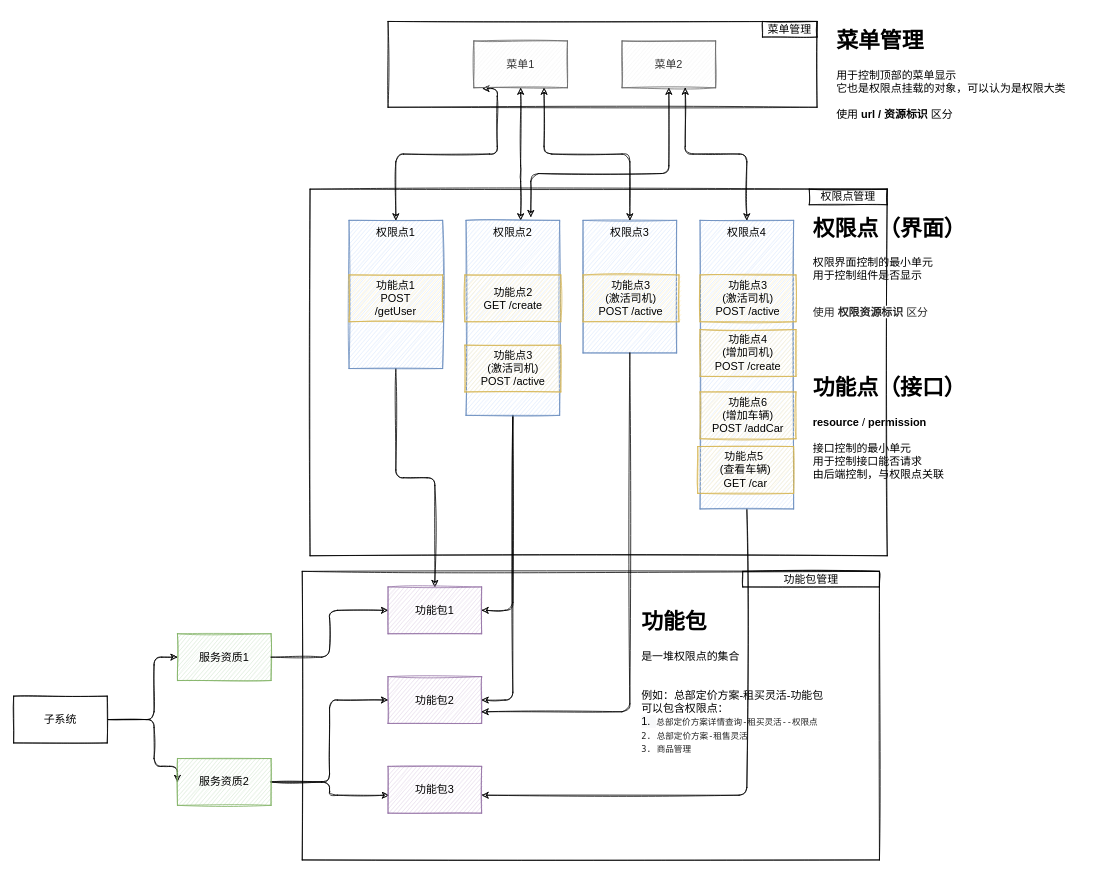
Earlier version of the draw.io diagram Untitled Diagram.drawio (hemisu/code-snippet-practice). Source tidied: cells renumbered, new cells numbered last; positions are measured from the earlier drawing's top-left corner, leaving out a move shared by most shapes. Both pictures are drawn from the tidied source at 78%, with x=0, y=0 at pixel (13, 21).
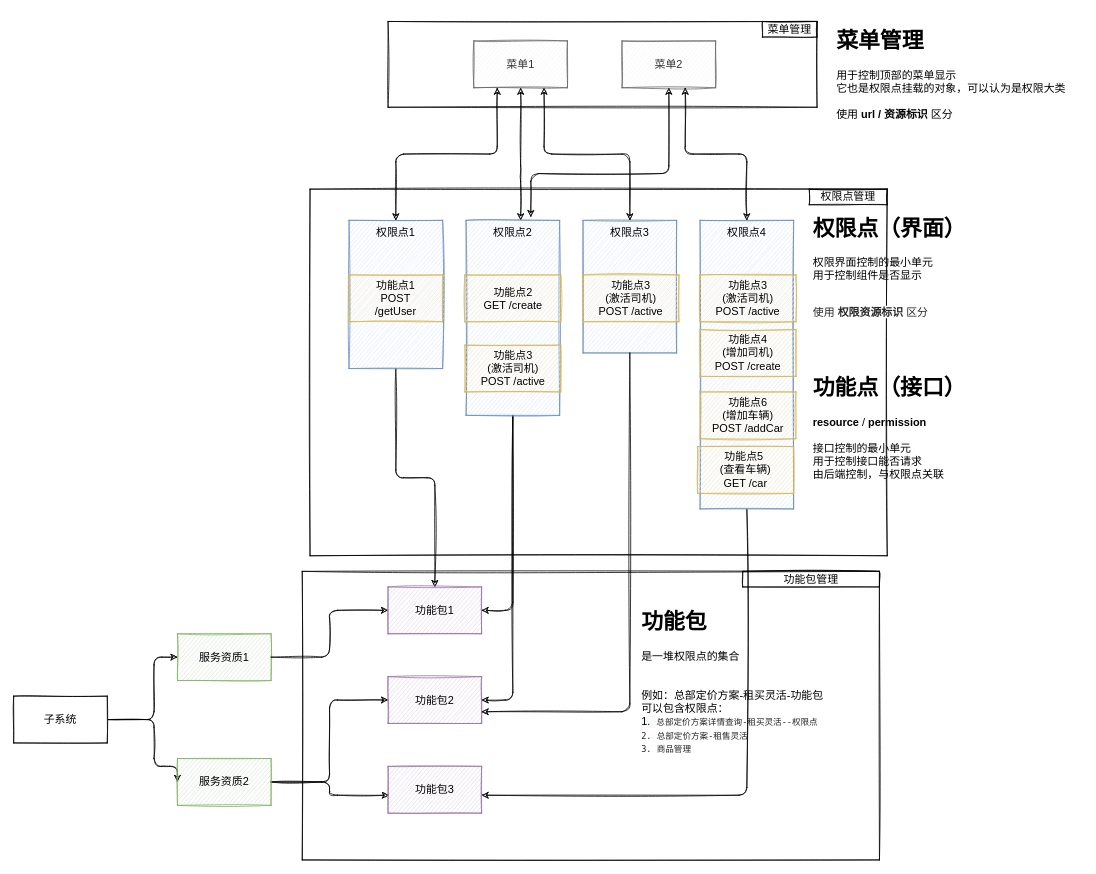
The same page after the edit.

The change refers to these unchanged cells:
```xml
<mxCell id="15" value="菜单1" style="whiteSpace=wrap;html=1;sketch=1;fontFamily=Helvetica;fontSize=14;fillColor=#f5f5f5;strokeColor=#666666;fontColor=#333333;" parent="1" vertex="1">
  <mxGeometry x="590" y="25" width="120" height="60" as="geometry" />
</mxCell>
<mxCell id="17" value="权限点1" style="whiteSpace=wrap;html=1;sketch=1;fontFamily=Helvetica;fontSize=14;fillColor=#dae8fc;strokeColor=#6c8ebf;verticalAlign=top;" parent="1" vertex="1">
  <mxGeometry x="430" y="255" width="120" height="190" as="geometry" />
</mxCell>
```

What changed in the source:
```diff
@@
-    <mxCell id="12" style="edgeStyle=orthogonalEdgeStyle;sketch=1;jettySize=auto;html=1;fontFamily=Helvetica;fontSize=14;exitX=0.092;exitY=1.017;exitDx=0;exitDy=0;exitPerimeter=0;startArrow=classic;startFill=1;" parent="1" edge="1" source="15" target="17">
+    <mxCell id="12" style="edgeStyle=orthogonalEdgeStyle;sketch=1;jettySize=auto;html=1;fontFamily=Helvetica;fontSize=14;exitX=0.25;exitY=1;exitDx=0;exitDy=0;startArrow=classic;startFill=1;" parent="1" edge="1" source="15" target="17">
       <mxGeometry relative="1" as="geometry">
         <Array as="points">
-          <mxPoint x="620" y="86" />
           <mxPoint x="620" y="170" />
           <mxPoint x="490" y="170" />
         </Array>
       </mxGeometry>
     </mxCell>
```
